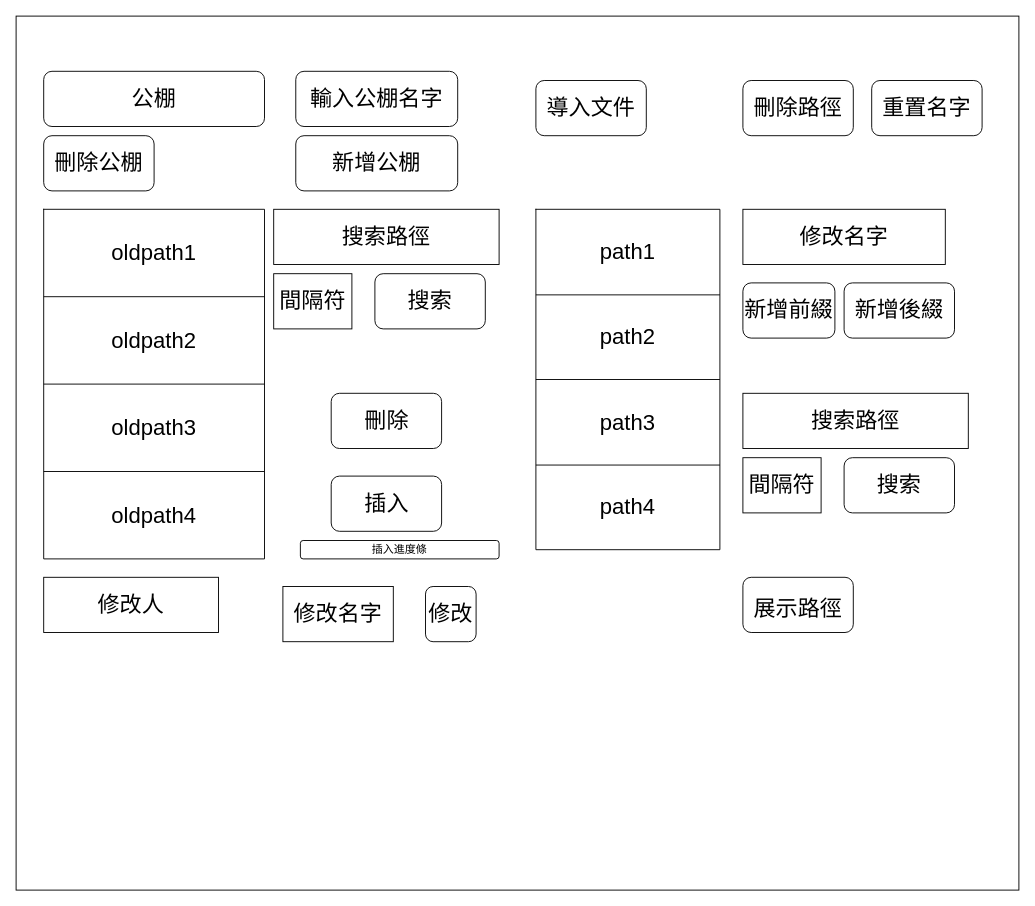
pengzhen80/PigeonRace keeps this draw.io diagram as page "page_dbmanage" (2 of 4) of nfz_web_ui_design.drawio. Above is the earlier version. Source tidied: cells renumbered, new cells numbered last; positions are measured from the earlier drawing's top-left corner, leaving out a move shared by most shapes. Both pictures are drawn from the tidied source at 92%, with x=0, y=0 at pixel (16, 16).
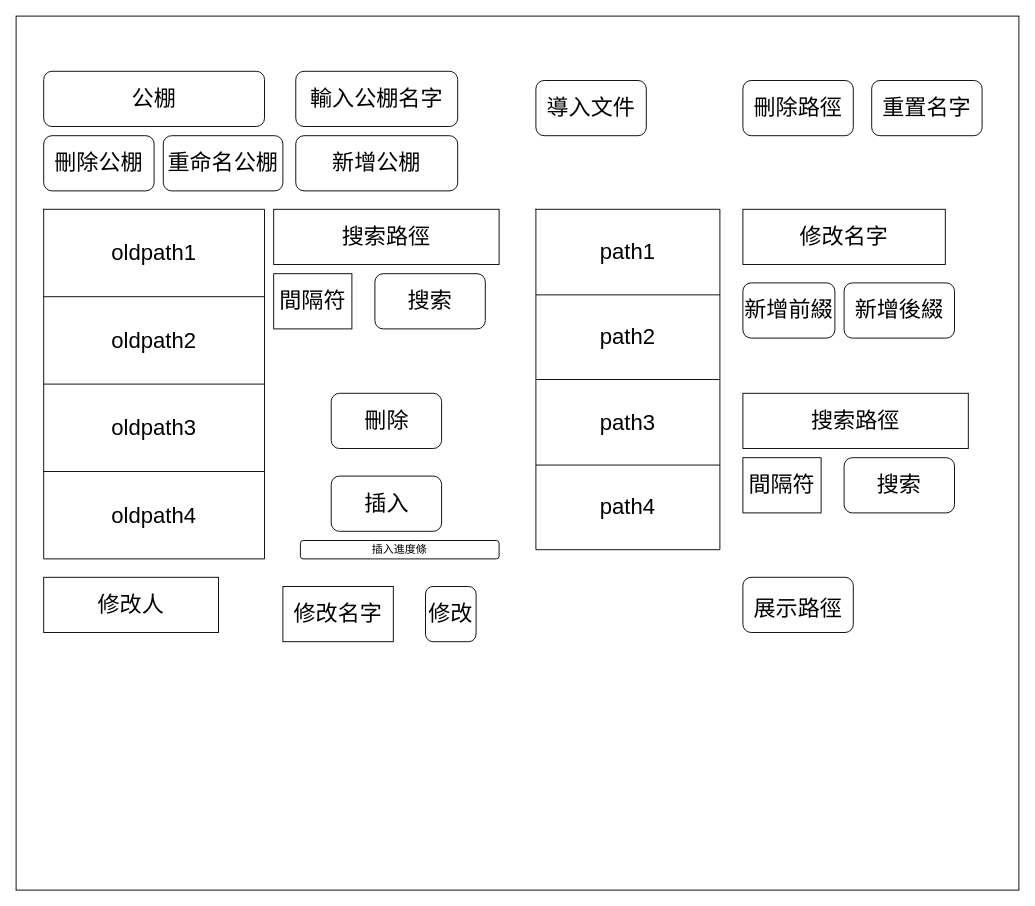
Above is the later version.

What changed in the source:
```diff
@@
+    <mxCell id="44" value="&lt;font style=&quot;font-size: 24px;&quot;&gt;重命名公棚&lt;/font&gt;" style="rounded=1;whiteSpace=wrap;html=1;" parent="1" vertex="1">
+      <mxGeometry x="160" y="130" width="130" height="60" as="geometry" />
+    </mxCell>
```
